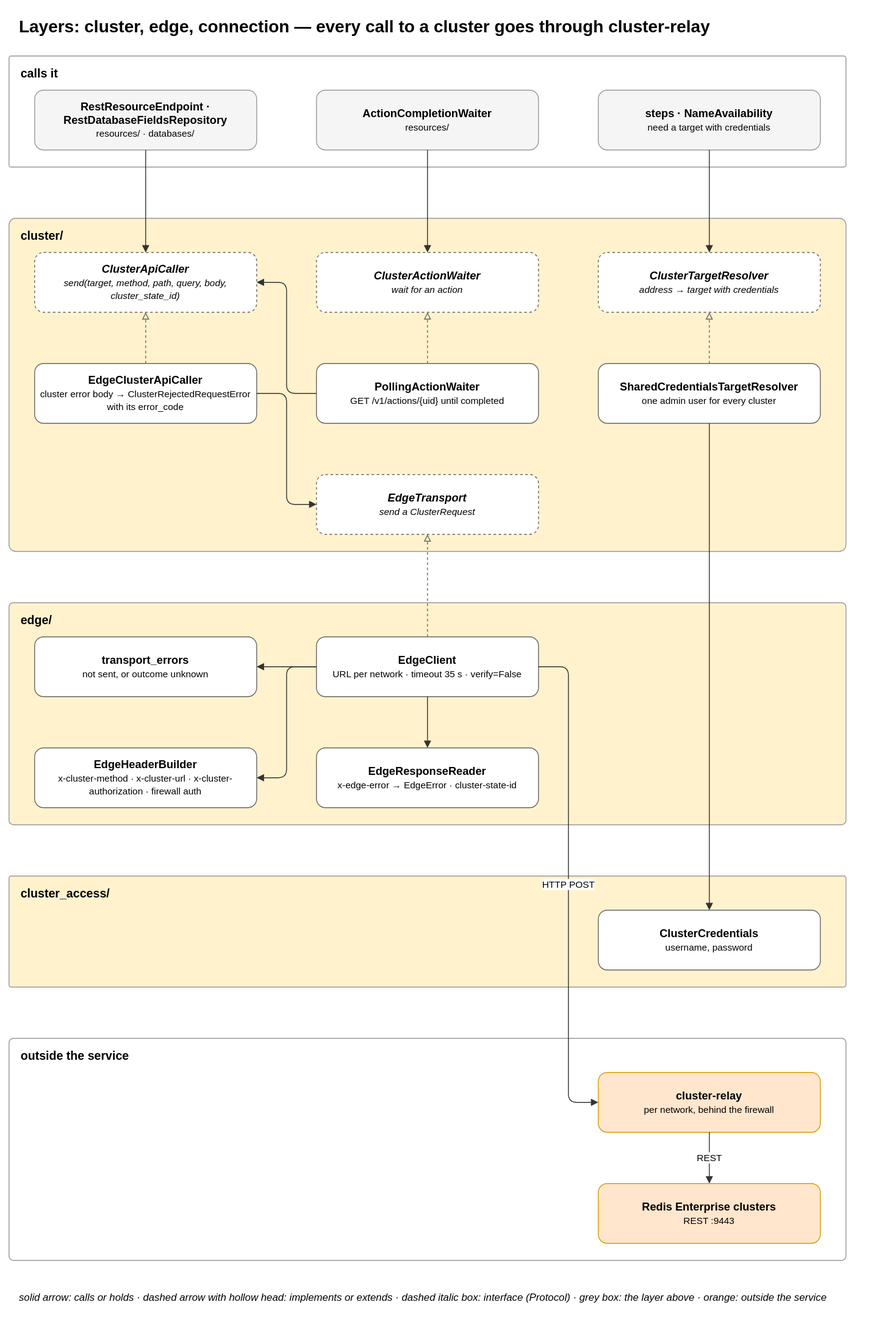
Above: docs/diagrams/08-layer-transport.drawio.svg in EliShteinman/redis-enterprise-services (draw.io), before the change. Source tidied: cells renumbered, new cells last; positions are measured from the earlier drawing's top-left corner, leaving out a move shared by most shapes.
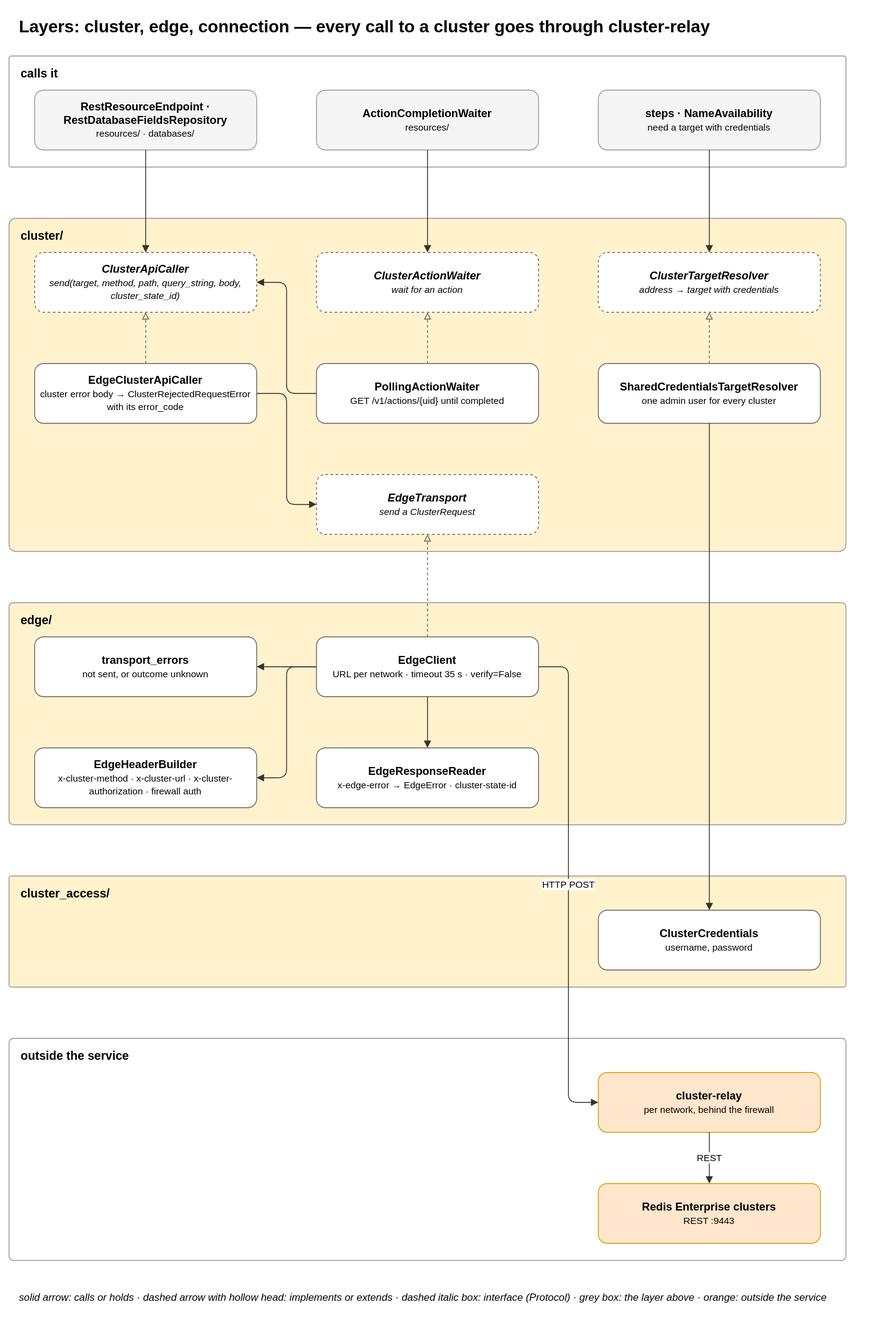
Later version of the same file.

Diff of the diagram source:
```diff
@@ -20,7 +20,7 @@
     <mxCell id="7" value="&lt;b&gt;cluster/&lt;/b&gt;" style="rounded=1;arcSize=2;fillColor=#fff2cc;strokeColor=#999999;verticalAlign=top;align=left;spacingLeft=12;spacingTop=6;html=1;fontSize=14;" parent="1" vertex="1">
       <mxGeometry y="245" width="980" height="390" as="geometry" />
     </mxCell>
-    <mxCell id="8" value="&lt;b&gt;ClusterApiCaller&lt;/b&gt;&lt;br&gt;&lt;font style='font-size:11px'&gt;send(target, method, path, query, body, cluster_state_id)&lt;/font&gt;" style="rounded=1;whiteSpace=wrap;html=1;fillColor=#ffffff;strokeColor=#666666;fontSize=13;dashed=1;fontStyle=2;" parent="1" vertex="1">
+    <mxCell id="8" value="&lt;b&gt;ClusterApiCaller&lt;/b&gt;&lt;br&gt;&lt;font style='font-size:11px'&gt;send(target, method, path, query_string, body, cluster_state_id)&lt;/font&gt;" style="rounded=1;whiteSpace=wrap;html=1;fillColor=#ffffff;strokeColor=#666666;fontSize=13;dashed=1;fontStyle=2;" parent="1" vertex="1">
       <mxGeometry x="30" y="285" width="260" height="70" as="geometry" />
     </mxCell>
     <mxCell id="9" value="&lt;b&gt;ClusterActionWaiter&lt;/b&gt;&lt;br&gt;&lt;font style='font-size:11px'&gt;wait for an action&lt;/font&gt;" style="rounded=1;whiteSpace=wrap;html=1;fillColor=#ffffff;strokeColor=#666666;fontSize=13;dashed=1;fontStyle=2;" parent="1" vertex="1">
```
